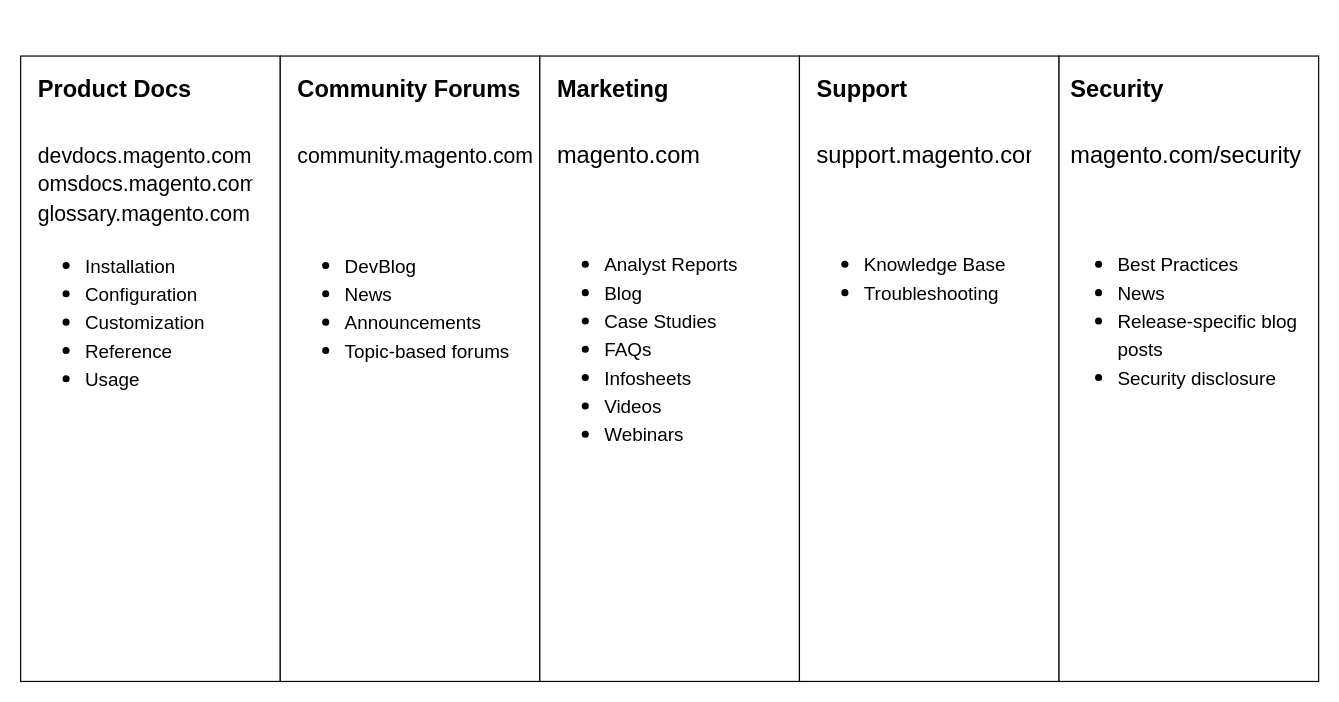
Earlier version of the draw.io diagram content-map.drawio (jeff-matthews/diagrams). Source tidied: cells renumbered, new cells numbered last; positions are measured from the earlier drawing's top-left corner, leaving out a move shared by most shapes. Both pictures are drawn from the tidied source at 118%, with x=0, y=0 at pixel (20, 32).
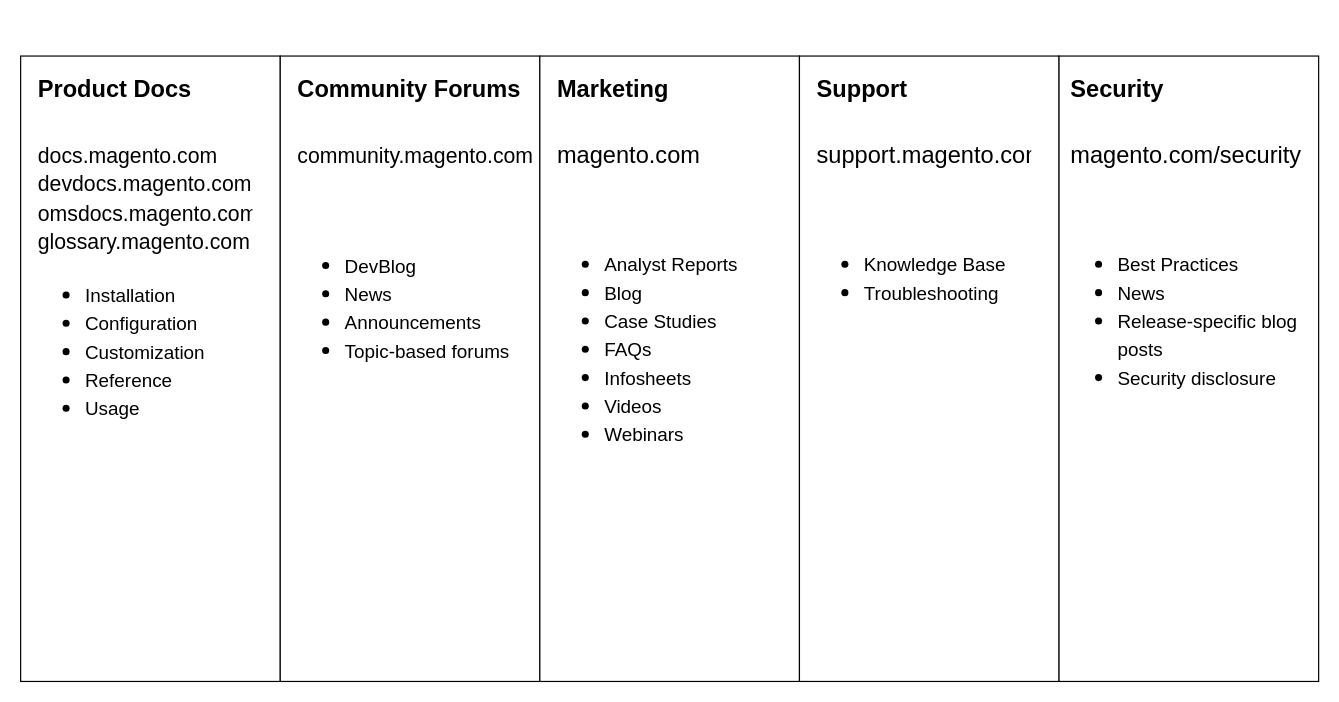
After the change.

Diff of the diagram source:
```diff
@@
 <mxGraphModel background="#ffffff">
   <root>
     <mxCell id="0" />
     <mxCell id="1" parent="0" />
     <mxCell id="2" style="rounded=0;whiteSpace=wrap;html=1;fontSize=14;align=left;" parent="1" vertex="1">
       <mxGeometry y="20" width="220" height="530" as="geometry" />
     </mxCell>
     <mxCell id="3" style="rounded=0;whiteSpace=wrap;html=1;fontSize=14;align=left;" parent="1" vertex="1">
       <mxGeometry x="220" y="20" width="220" height="530" as="geometry" />
     </mxCell>
     <mxCell id="4" style="rounded=0;whiteSpace=wrap;html=1;fontSize=14;align=left;" parent="1" vertex="1">
       <mxGeometry x="440" y="20" width="220" height="530" as="geometry" />
     </mxCell>
     <mxCell id="5" style="rounded=0;whiteSpace=wrap;html=1;fontSize=14;align=left;" parent="1" vertex="1">
       <mxGeometry x="660" y="20" width="220" height="530" as="geometry" />
     </mxCell>
     <mxCell id="6" style="rounded=0;whiteSpace=wrap;html=1;fontSize=14;align=left;" parent="1" vertex="1">
       <mxGeometry x="880" y="20" width="220" height="530" as="geometry" />
     </mxCell>
-    <mxCell id="7" value="&lt;h1&gt;&lt;font style=&quot;font-size: 20px&quot;&gt;Product Docs&lt;/font&gt;&lt;/h1&gt;&lt;div&gt;&lt;font style=&quot;font-size: 18px&quot;&gt;devdocs.magento.com&lt;/font&gt;&lt;/div&gt;&lt;div&gt;&lt;font style=&quot;font-size: 18px&quot;&gt;omsdocs.magento.com&lt;/font&gt;&lt;/div&gt;&lt;div&gt;&lt;font style=&quot;font-size: 18px&quot;&gt;glossary.magento.com&lt;/font&gt;&lt;/div&gt;&lt;p&gt;&lt;/p&gt;&lt;ul&gt;&lt;li&gt;&lt;span style=&quot;font-size: 16px&quot;&gt;Installation&lt;/span&gt;&lt;/li&gt;&lt;li&gt;&lt;span style=&quot;font-size: 16px&quot;&gt;Configuration&lt;/span&gt;&lt;/li&gt;&lt;li&gt;&lt;span style=&quot;font-size: 16px&quot;&gt;Customization&lt;/span&gt;&lt;/li&gt;&lt;li&gt;&lt;span style=&quot;font-size: 16px&quot;&gt;Reference&lt;/span&gt;&lt;/li&gt;&lt;li&gt;&lt;span style=&quot;font-size: 16px&quot;&gt;Usage&lt;/span&gt;&lt;/li&gt;&lt;/ul&gt;&lt;p&gt;&lt;/p&gt;" style="text;html=1;strokeColor=none;fillColor=none;spacing=5;spacingTop=-20;whiteSpace=wrap;overflow=hidden;rounded=0;fontSize=20;align=left;" parent="1" vertex="1">
+    <mxCell id="7" value="&lt;h1&gt;&lt;font style=&quot;font-size: 20px&quot;&gt;Product Docs&lt;/font&gt;&lt;/h1&gt;&lt;div&gt;&lt;font style=&quot;font-size: 18px&quot;&gt;docs.magento.com&lt;/font&gt;&lt;/div&gt;&lt;div&gt;&lt;font style=&quot;font-size: 18px&quot;&gt;devdocs.magento.com&lt;/font&gt;&lt;/div&gt;&lt;div&gt;&lt;font style=&quot;font-size: 18px&quot;&gt;omsdocs.magento.com&lt;/font&gt;&lt;/div&gt;&lt;div&gt;&lt;font style=&quot;font-size: 18px&quot;&gt;glossary.magento.com&lt;/font&gt;&lt;/div&gt;&lt;p&gt;&lt;/p&gt;&lt;ul&gt;&lt;li&gt;&lt;span style=&quot;font-size: 16px&quot;&gt;Installation&lt;/span&gt;&lt;/li&gt;&lt;li&gt;&lt;span style=&quot;font-size: 16px&quot;&gt;Configuration&lt;/span&gt;&lt;/li&gt;&lt;li&gt;&lt;span style=&quot;font-size: 16px&quot;&gt;Customization&lt;/span&gt;&lt;/li&gt;&lt;li&gt;&lt;span style=&quot;font-size: 16px&quot;&gt;Reference&lt;/span&gt;&lt;/li&gt;&lt;li&gt;&lt;span style=&quot;font-size: 16px&quot;&gt;Usage&lt;/span&gt;&lt;/li&gt;&lt;/ul&gt;&lt;p&gt;&lt;/p&gt;" style="text;html=1;strokeColor=none;fillColor=none;spacing=5;spacingTop=-20;whiteSpace=wrap;overflow=hidden;rounded=0;fontSize=20;align=left;" parent="1" vertex="1">
       <mxGeometry x="10" width="190" height="360" as="geometry" />
     </mxCell>
     <mxCell id="8" value="&lt;h1&gt;&lt;font style=&quot;font-size: 20px&quot;&gt;Community Forums&lt;/font&gt;&lt;/h1&gt;&lt;div&gt;&lt;font style=&quot;font-size: 18px&quot;&gt;community.magento.com&lt;/font&gt;&lt;/div&gt;&lt;div&gt;&lt;font style=&quot;font-size: 18px&quot;&gt;&lt;br&gt;&lt;/font&gt;&lt;/div&gt;&lt;div&gt;&lt;font style=&quot;font-size: 18px&quot;&gt;&lt;br&gt;&lt;/font&gt;&lt;/div&gt;&lt;p&gt;&lt;/p&gt;&lt;ul&gt;&lt;li&gt;&lt;span style=&quot;font-size: 16px&quot;&gt;DevBlog&lt;/span&gt;&lt;br&gt;&lt;/li&gt;&lt;li&gt;&lt;span style=&quot;font-size: 16px&quot;&gt;News&lt;/span&gt;&lt;/li&gt;&lt;li&gt;&lt;span style=&quot;font-size: 16px&quot;&gt;Announcements&lt;/span&gt;&lt;/li&gt;&lt;li&gt;&lt;span style=&quot;font-size: 16px&quot;&gt;Topic-based forums&lt;/span&gt;&lt;/li&gt;&lt;/ul&gt;&lt;p&gt;&lt;/p&gt;" style="text;html=1;strokeColor=none;fillColor=none;spacing=5;spacingTop=-20;whiteSpace=wrap;overflow=hidden;rounded=0;fontSize=20;align=left;" parent="1" vertex="1">
       <mxGeometry x="230" width="245" height="370" as="geometry" />
     </mxCell>
     <mxCell id="9" value="&lt;h1&gt;&lt;font style=&quot;font-size: 20px&quot;&gt;Marketing&lt;/font&gt;&lt;/h1&gt;&lt;div&gt;&lt;font style=&quot;font-size: 20px&quot;&gt;magento.com&lt;/font&gt;&lt;/div&gt;&lt;div&gt;&lt;font style=&quot;font-size: 20px&quot;&gt;&lt;br&gt;&lt;/font&gt;&lt;/div&gt;&lt;div&gt;&lt;font style=&quot;font-size: 20px&quot;&gt;&lt;br&gt;&lt;/font&gt;&lt;/div&gt;&lt;p&gt;&lt;/p&gt;&lt;ul&gt;&lt;li&gt;&lt;span style=&quot;font-size: 16px&quot;&gt;Analyst Reports&lt;/span&gt;&lt;/li&gt;&lt;li&gt;&lt;span style=&quot;font-size: 16px&quot;&gt;Blog&lt;/span&gt;&lt;/li&gt;&lt;li&gt;&lt;span style=&quot;font-size: 16px&quot;&gt;Case Studies&lt;/span&gt;&lt;/li&gt;&lt;li&gt;&lt;span style=&quot;font-size: 16px&quot;&gt;FAQs&lt;/span&gt;&lt;/li&gt;&lt;li&gt;&lt;span style=&quot;font-size: 16px&quot;&gt;Infosheets&lt;/span&gt;&lt;/li&gt;&lt;li&gt;&lt;span style=&quot;font-size: 16px&quot;&gt;Videos&lt;/span&gt;&lt;/li&gt;&lt;li&gt;&lt;span style=&quot;font-size: 16px&quot;&gt;Webinars&lt;/span&gt;&lt;/li&gt;&lt;/ul&gt;&lt;p&gt;&lt;/p&gt;" style="text;html=1;strokeColor=none;fillColor=none;spacing=5;spacingTop=-20;whiteSpace=wrap;overflow=hidden;rounded=0;fontSize=20;align=left;" parent="1" vertex="1">
       <mxGeometry x="450" width="190" height="380" as="geometry" />
     </mxCell>
     <mxCell id="10" value="&lt;h1&gt;&lt;font style=&quot;font-size: 20px&quot;&gt;Support&lt;/font&gt;&lt;/h1&gt;&lt;div&gt;&lt;font style=&quot;font-size: 20px&quot;&gt;support.magento.com&lt;/font&gt;&lt;/div&gt;&lt;div&gt;&lt;font style=&quot;font-size: 20px&quot;&gt;&lt;br&gt;&lt;/font&gt;&lt;/div&gt;&lt;div&gt;&lt;font style=&quot;font-size: 20px&quot;&gt;&lt;br&gt;&lt;/font&gt;&lt;/div&gt;&lt;p&gt;&lt;/p&gt;&lt;ul&gt;&lt;li&gt;&lt;span style=&quot;font-size: 16px&quot;&gt;Knowledge Base&lt;/span&gt;&lt;/li&gt;&lt;li&gt;&lt;span style=&quot;font-size: 16px&quot;&gt;Troubleshooting&lt;/span&gt;&lt;/li&gt;&lt;/ul&gt;&lt;p&gt;&lt;/p&gt;" style="text;html=1;strokeColor=none;fillColor=none;spacing=5;spacingTop=-20;whiteSpace=wrap;overflow=hidden;rounded=0;fontSize=20;align=left;" parent="1" vertex="1">
       <mxGeometry x="670" width="190" height="270" as="geometry" />
     </mxCell>
     <mxCell id="11" value="&lt;h1&gt;&lt;font style=&quot;font-size: 20px&quot;&gt;Security&lt;/font&gt;&lt;/h1&gt;&lt;div&gt;&lt;font style=&quot;font-size: 20px&quot;&gt;magento.com/security&lt;/font&gt;&lt;/div&gt;&lt;div&gt;&lt;font style=&quot;font-size: 20px&quot;&gt;&lt;br&gt;&lt;/font&gt;&lt;/div&gt;&lt;div&gt;&lt;font style=&quot;font-size: 20px&quot;&gt;&lt;br&gt;&lt;/font&gt;&lt;/div&gt;&lt;p&gt;&lt;/p&gt;&lt;ul&gt;&lt;li&gt;&lt;span style=&quot;font-size: 16px&quot;&gt;Best Practices&lt;/span&gt;&lt;/li&gt;&lt;li&gt;&lt;span style=&quot;font-size: 16px&quot;&gt;News&lt;/span&gt;&lt;/li&gt;&lt;li&gt;&lt;span style=&quot;font-size: 16px&quot;&gt;Release-specific blog posts&lt;/span&gt;&lt;/li&gt;&lt;li&gt;&lt;span style=&quot;font-size: 16px&quot;&gt;Security disclosure&lt;/span&gt;&lt;/li&gt;&lt;/ul&gt;&lt;p&gt;&lt;/p&gt;" style="text;html=1;strokeColor=none;fillColor=none;spacing=5;spacingTop=-20;whiteSpace=wrap;overflow=hidden;rounded=0;fontSize=20;align=left;" parent="1" vertex="1">
       <mxGeometry x="885" width="215" height="350" as="geometry" />
     </mxCell>
   </root>
 </mxGraphModel>
```
